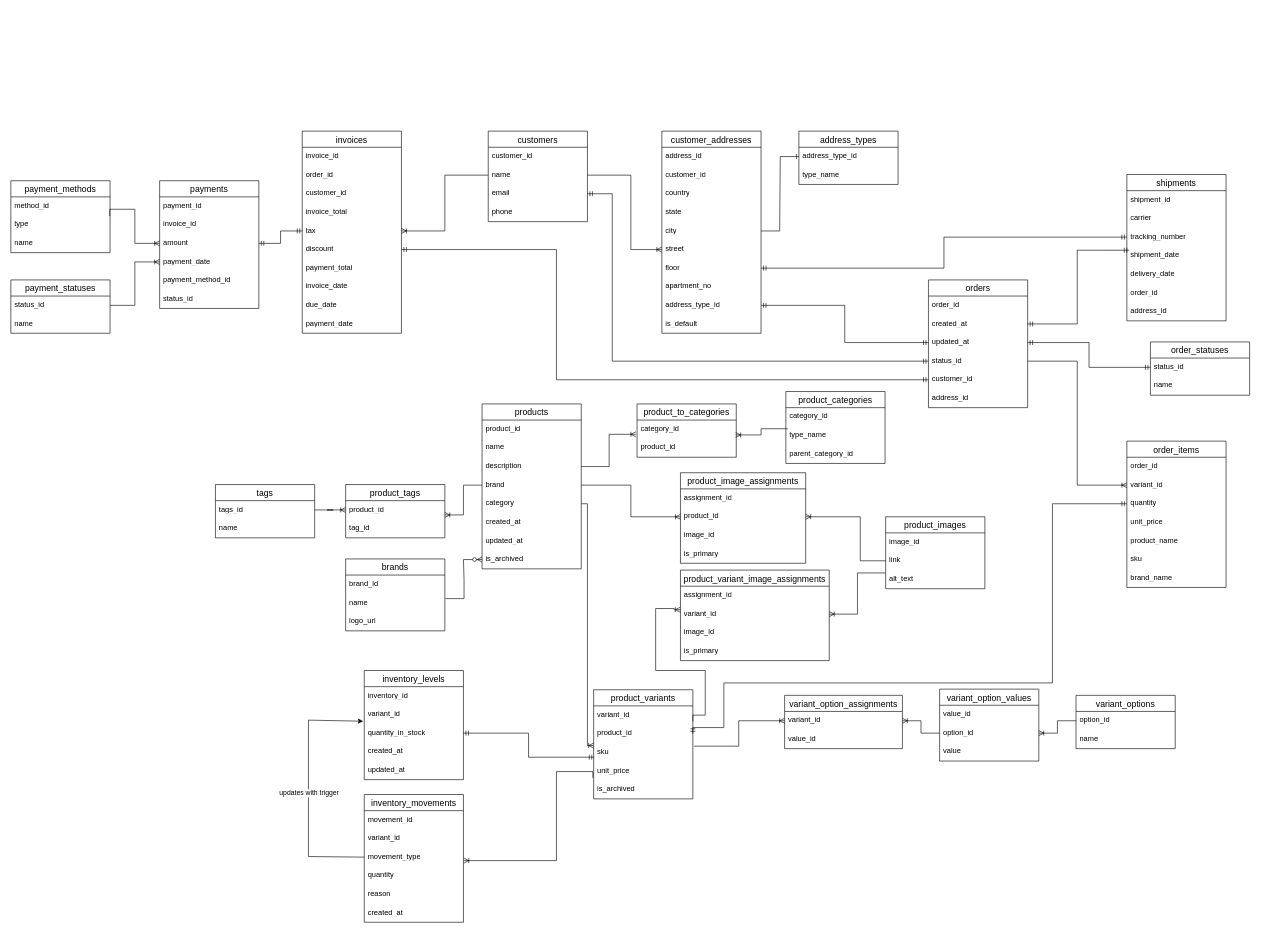
venelinpetrov/db-my-store keeps this draw.io diagram as diagrams/my-store-db.drawio. Above is the earlier version. Source tidied: cells renumbered, new cells numbered last; positions are measured from the earlier drawing's top-left corner, leaving out a move shared by most shapes. Both pictures are drawn from the tidied source at 62%, with x=0, y=0 at pixel (11, 131).
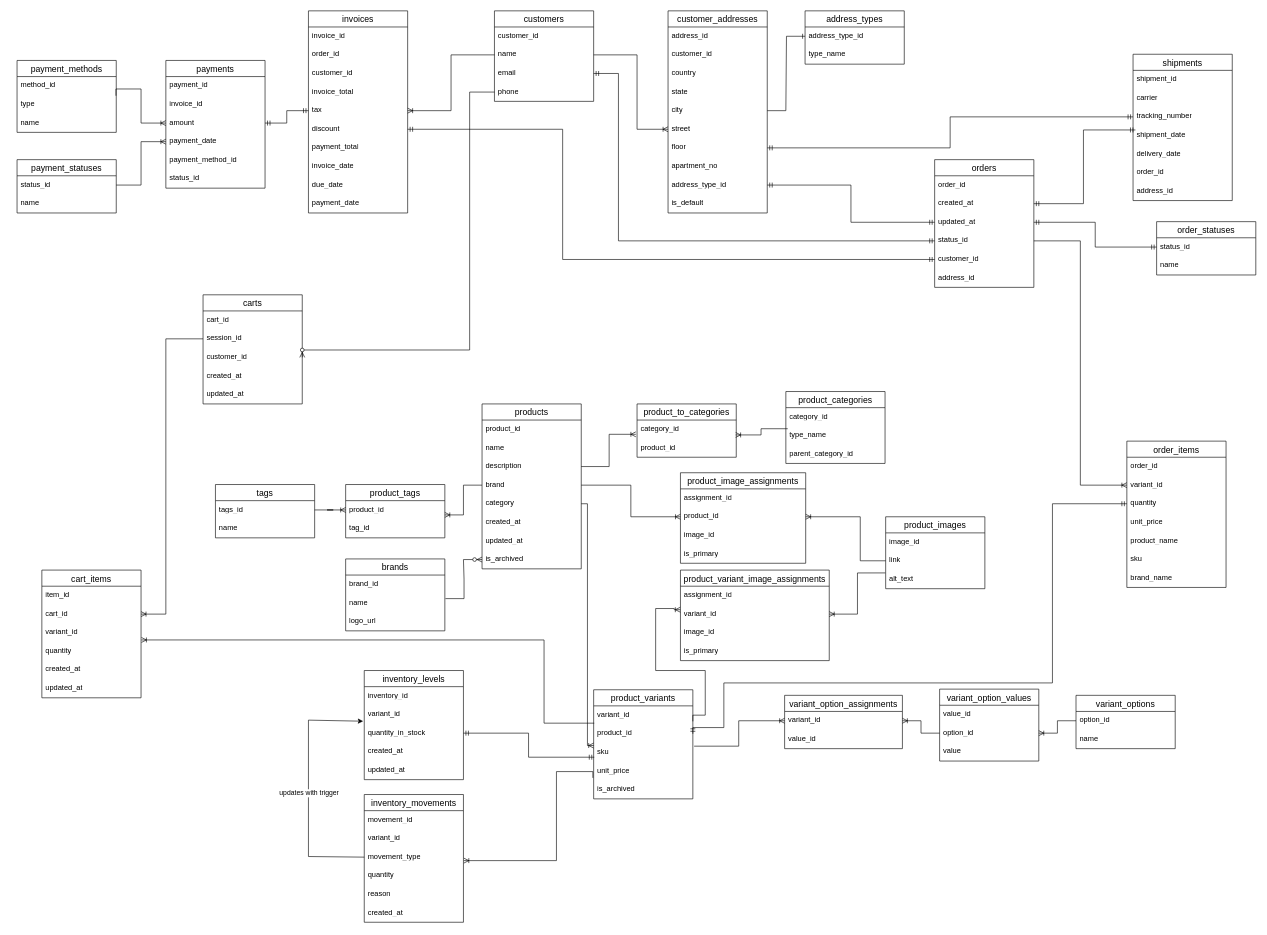
After the change.

Commit message (it also covers changes not shown here):
Update diagrams. Update notes

Unchanged cells that the change refers to:
```xml
<mxCell id="4" value="name" style="text;strokeColor=none;fillColor=none;spacingLeft=4;spacingRight=4;overflow=hidden;points=[[0,0.5],[1,0.5]];portConstraint=eastwest;fontSize=12;whiteSpace=wrap;html=1;" parent="2" vertex="1">
  <mxGeometry y="56" width="160" height="30" as="geometry" />
</mxCell>
<mxCell id="5" value="email" style="text;strokeColor=none;fillColor=none;spacingLeft=4;spacingRight=4;overflow=hidden;points=[[0,0.5],[1,0.5]];portConstraint=eastwest;fontSize=12;whiteSpace=wrap;html=1;" parent="2" vertex="1">
  <mxGeometry y="86" width="160" height="30" as="geometry" />
</mxCell>
<mxCell id="6" value="phone" style="text;strokeColor=none;fillColor=none;spacingLeft=4;spacingRight=4;overflow=hidden;points=[[0,0.5],[1,0.5]];portConstraint=eastwest;fontSize=12;whiteSpace=wrap;html=1;" parent="2" vertex="1">
  <mxGeometry y="116" width="160" height="30" as="geometry" />
</mxCell>
<mxCell id="13" value="street" style="text;strokeColor=none;fillColor=none;spacingLeft=4;spacingRight=4;overflow=hidden;points=[[0,0.5],[1,0.5]];portConstraint=eastwest;fontSize=12;whiteSpace=wrap;html=1;" parent="7" vertex="1">
  <mxGeometry y="176" width="160" height="30" as="geometry" />
</mxCell>
<mxCell id="41" value="variant_id" style="text;strokeColor=none;fillColor=none;spacingLeft=4;spacingRight=4;overflow=hidden;points=[[0,0.5],[1,0.5]];portConstraint=eastwest;fontSize=12;whiteSpace=wrap;html=1;" parent="40" vertex="1">
  <mxGeometry y="26" width="160" height="30" as="geometry" />
</mxCell>
<mxCell id="73" value="status_id" style="text;strokeColor=none;fillColor=none;spacingLeft=4;spacingRight=4;overflow=hidden;points=[[0,0.5],[1,0.5]];portConstraint=eastwest;fontSize=12;whiteSpace=wrap;html=1;" parent="69" vertex="1">
  <mxGeometry y="116" width="160" height="30" as="geometry" />
</mxCell>
<mxCell id="74" value="customer_id" style="text;strokeColor=none;fillColor=none;spacingLeft=4;spacingRight=4;overflow=hidden;points=[[0,0.5],[1,0.5]];portConstraint=eastwest;fontSize=12;whiteSpace=wrap;html=1;" parent="69" vertex="1">
  <mxGeometry y="146" width="160" height="30" as="geometry" />
</mxCell>
<mxCell id="118" value="discount" style="text;strokeColor=none;fillColor=none;spacingLeft=4;spacingRight=4;overflow=hidden;points=[[0,0.5],[1,0.5]];portConstraint=eastwest;fontSize=12;whiteSpace=wrap;html=1;" parent="112" vertex="1">
  <mxGeometry y="176" width="160" height="30" as="geometry" />
</mxCell>
```

Change to the diagram source:
```diff
@@
     <mxCell id="2" value="customers" style="swimlane;fontStyle=0;horizontal=1;startSize=26;align=center;fontSize=14;" parent="1" vertex="1">
-      <mxGeometry x="770" width="160" height="146" as="geometry" />
+      <mxGeometry x="780" y="-194" width="160" height="146" as="geometry" />
     </mxCell>
@@
     <mxCell id="7" value="customer_addresses" style="swimlane;fontStyle=0;horizontal=1;startSize=26;align=center;fontSize=14;" parent="1" vertex="1">
-      <mxGeometry x="1050" width="160" height="326" as="geometry" />
+      <mxGeometry x="1060" y="-194" width="160" height="326" as="geometry" />
     </mxCell>
@@
     <mxCell id="18" style="edgeStyle=orthogonalEdgeStyle;fontSize=12;html=1;endArrow=ERoneToMany;rounded=0;exitX=1;exitY=0.5;exitDx=0;exitDy=0;entryX=0;entryY=0.5;entryDx=0;entryDy=0;" parent="1" edge="1" source="4" target="13">
       <mxGeometry relative="1" as="geometry">
         <Array as="points">
-          <mxPoint x="1000" y="71" />
-          <mxPoint x="1000" y="191" />
+          <mxPoint x="1010" y="-123" />
+          <mxPoint x="1010" y="-3" />
         </Array>
       </mxGeometry>
     </mxCell>
     <mxCell id="19" value="address_types" style="swimlane;fontStyle=0;horizontal=1;startSize=26;align=center;fontSize=14;" parent="1" vertex="1">
-      <mxGeometry x="1271" width="160" height="86" as="geometry" />
+      <mxGeometry x="1281" y="-194" width="160" height="86" as="geometry" />
     </mxCell>
@@
     <mxCell id="66" value="order_statuses" style="swimlane;fontStyle=0;horizontal=1;startSize=26;align=center;fontSize=14;" parent="1" vertex="1">
-      <mxGeometry x="1838" y="340" width="160" height="86" as="geometry" />
+      <mxGeometry x="1848" y="146" width="160" height="86" as="geometry" />
     </mxCell>
@@
     <mxCell id="69" value="orders" style="swimlane;fontStyle=0;horizontal=1;startSize=26;align=center;fontSize=14;" parent="1" vertex="1">
-      <mxGeometry x="1480" y="240" width="160" height="206" as="geometry" />
+      <mxGeometry x="1490" y="46" width="160" height="206" as="geometry" />
     </mxCell>
@@
     <mxCell id="88" value="shipments" style="swimlane;fontStyle=0;horizontal=1;startSize=26;align=center;fontSize=14;" parent="1" vertex="1">
-      <mxGeometry x="1800" y="70" width="160" height="236" as="geometry" />
+      <mxGeometry x="1810" y="-124" width="160" height="236" as="geometry" />
     </mxCell>
@@
     <mxCell id="98" style="edgeStyle=orthogonalEdgeStyle;fontSize=12;html=1;endArrow=ERmandOne;startArrow=ERmandOne;rounded=0;exitX=1;exitY=0.5;exitDx=0;exitDy=0;entryX=0;entryY=0.5;entryDx=0;entryDy=0;" parent="1" edge="1" source="5" target="73">
       <mxGeometry relative="1" as="geometry">
         <Array as="points">
-          <mxPoint x="970" y="101" />
-          <mxPoint x="970" y="371" />
+          <mxPoint x="980" y="-93" />
+          <mxPoint x="980" y="177" />
         </Array>
       </mxGeometry>
     </mxCell>
@@
     <mxCell id="112" value="invoices" style="swimlane;fontStyle=0;horizontal=1;startSize=26;align=center;fontSize=14;" parent="1" vertex="1">
-      <mxGeometry x="470" width="160" height="326" as="geometry" />
+      <mxGeometry x="480" y="-194" width="160" height="326" as="geometry" />
     </mxCell>
@@
     <mxCell id="124" style="edgeStyle=orthogonalEdgeStyle;fontSize=12;html=1;endArrow=ERmandOne;startArrow=ERmandOne;rounded=0;entryX=0;entryY=0.5;entryDx=0;entryDy=0;exitX=1;exitY=0.5;exitDx=0;exitDy=0;" parent="1" edge="1" source="118" target="74">
       <mxGeometry relative="1" as="geometry">
         <Array as="points">
-          <mxPoint x="880" y="191" />
-          <mxPoint x="880" y="401" />
+          <mxPoint x="890" y="-3" />
+          <mxPoint x="890" y="207" />
         </Array>
       </mxGeometry>
     </mxCell>
     <mxCell id="125" value="payments" style="swimlane;fontStyle=0;horizontal=1;startSize=26;align=center;fontSize=14;" parent="1" vertex="1">
-      <mxGeometry x="240" y="80" width="160" height="206" as="geometry" />
+      <mxGeometry x="250" y="-114" width="160" height="206" as="geometry" />
     </mxCell>
@@
     <mxCell id="132" value="payment_statuses" style="swimlane;fontStyle=0;horizontal=1;startSize=26;align=center;fontSize=14;" parent="1" vertex="1">
-      <mxGeometry y="240" width="160" height="86" as="geometry" />
+      <mxGeometry x="10" y="46" width="160" height="86" as="geometry" />
     </mxCell>
@@
     <mxCell id="135" value="payment_methods" style="swimlane;fontStyle=0;horizontal=1;startSize=26;align=center;fontSize=14;" parent="1" vertex="1">
-      <mxGeometry y="80" width="160" height="116" as="geometry" />
+      <mxGeometry x="10" y="-114" width="160" height="116" as="geometry" />
     </mxCell>
@@
+    <mxCell id="172" value="carts" style="swimlane;fontStyle=0;horizontal=1;startSize=26;align=center;fontSize=14;" parent="1" vertex="1">
+      <mxGeometry x="310" y="264" width="160" height="176" as="geometry" />
+    </mxCell>
+    <mxCell id="173" value="cart_id" style="text;strokeColor=none;fillColor=none;spacingLeft=4;spacingRight=4;overflow=hidden;fontSize=12;whiteSpace=wrap;html=1;" parent="172" vertex="1">
+      <mxGeometry y="26" width="160" height="30" as="geometry" />
+    </mxCell>
+    <mxCell id="174" value="session_id" style="text;strokeColor=none;fillColor=none;spacingLeft=4;spacingRight=4;overflow=hidden;points=[[0,0.5],[1,0.5]];portConstraint=eastwest;fontSize=12;whiteSpace=wrap;html=1;" parent="172" vertex="1">
+      <mxGeometry y="56" width="160" height="30" as="geometry" />
+    </mxCell>
+    <mxCell id="175" value="customer_id" style="text;strokeColor=none;fillColor=none;spacingLeft=4;spacingRight=4;overflow=hidden;points=[[0,0.5],[1,0.5]];portConstraint=eastwest;fontSize=12;whiteSpace=wrap;html=1;" parent="172" vertex="1">
+      <mxGeometry y="86" width="160" height="30" as="geometry" />
+    </mxCell>
+    <mxCell id="176" value="created_at" style="text;strokeColor=none;fillColor=none;spacingLeft=4;spacingRight=4;overflow=hidden;fontSize=12;whiteSpace=wrap;html=1;" parent="172" vertex="1">
+      <mxGeometry y="116" width="160" height="30" as="geometry" />
+    </mxCell>
+    <mxCell id="177" value="updated_at" style="text;strokeColor=none;fillColor=none;spacingLeft=4;spacingRight=4;overflow=hidden;fontSize=12;whiteSpace=wrap;html=1;" parent="172" vertex="1">
+      <mxGeometry y="146" width="160" height="30" as="geometry" />
+    </mxCell>
+    <mxCell id="178" style="edgeStyle=orthogonalEdgeStyle;fontSize=12;html=1;endArrow=ERzeroToMany;endFill=1;rounded=0;exitX=0;exitY=0.5;exitDx=0;exitDy=0;entryX=1;entryY=0.5;entryDx=0;entryDy=0;" parent="1" edge="1" source="6" target="175">
+      <mxGeometry relative="1" as="geometry">
+        <Array as="points">
+          <mxPoint x="740" y="-63" />
+          <mxPoint x="740" y="353" />
+        </Array>
+      </mxGeometry>
+    </mxCell>
+    <mxCell id="179" value="cart_items" style="swimlane;fontStyle=0;horizontal=1;startSize=26;align=center;fontSize=14;" parent="1" vertex="1">
+      <mxGeometry x="50" y="708" width="160" height="206" as="geometry" />
+    </mxCell>
+    <mxCell id="180" value="item_id" style="text;strokeColor=none;fillColor=none;spacingLeft=4;spacingRight=4;overflow=hidden;fontSize=12;whiteSpace=wrap;html=1;" parent="179" vertex="1">
+      <mxGeometry y="26" width="160" height="30" as="geometry" />
+    </mxCell>
+    <mxCell id="181" value="cart_id" style="text;strokeColor=none;fillColor=none;spacingLeft=4;spacingRight=4;overflow=hidden;points=[[0,0.5],[1,0.5]];portConstraint=eastwest;fontSize=12;whiteSpace=wrap;html=1;" parent="179" vertex="1">
+      <mxGeometry y="56" width="160" height="30" as="geometry" />
+    </mxCell>
+    <mxCell id="182" value="variant_id" style="text;strokeColor=none;fillColor=none;spacingLeft=4;spacingRight=4;overflow=hidden;points=[[0,0.5],[1,0.5]];portConstraint=eastwest;fontSize=12;whiteSpace=wrap;html=1;" parent="179" vertex="1">
+      <mxGeometry y="86" width="160" height="30" as="geometry" />
+    </mxCell>
+    <mxCell id="183" value="quantity" style="text;strokeColor=none;fillColor=none;spacingLeft=4;spacingRight=4;overflow=hidden;fontSize=12;whiteSpace=wrap;html=1;" parent="179" vertex="1">
+      <mxGeometry y="116" width="160" height="30" as="geometry" />
+    </mxCell>
+    <mxCell id="184" value="created_at" style="text;strokeColor=none;fillColor=none;spacingLeft=4;spacingRight=4;overflow=hidden;fontSize=12;whiteSpace=wrap;html=1;" parent="179" vertex="1">
+      <mxGeometry y="146" width="160" height="30" as="geometry" />
+    </mxCell>
+    <mxCell id="185" value="updated_at" style="text;strokeColor=none;fillColor=none;spacingLeft=4;spacingRight=4;overflow=hidden;fontSize=12;whiteSpace=wrap;html=1;" parent="179" vertex="1">
+      <mxGeometry y="176" width="160" height="30" as="geometry" />
+    </mxCell>
+    <mxCell id="186" style="edgeStyle=orthogonalEdgeStyle;fontSize=12;html=1;endArrow=ERoneToMany;rounded=0;entryX=1.004;entryY=0.889;entryDx=0;entryDy=0;entryPerimeter=0;exitX=0.006;exitY=0.93;exitDx=0;exitDy=0;exitPerimeter=0;" parent="1" edge="1" source="41" target="182">
+      <mxGeometry relative="1" as="geometry">
+        <Array as="points">
+          <mxPoint x="860" y="955" />
+          <mxPoint x="860" y="821" />
+        </Array>
+      </mxGeometry>
+    </mxCell>
+    <mxCell id="187" style="edgeStyle=orthogonalEdgeStyle;fontSize=12;html=1;endArrow=ERoneToMany;rounded=0;exitX=0;exitY=0.5;exitDx=0;exitDy=0;entryX=1;entryY=0.5;entryDx=0;entryDy=0;" parent="1" edge="1" source="174" target="181">
+      <mxGeometry relative="1" as="geometry">
+        <Array as="points">
+          <mxPoint x="250" y="335" />
+          <mxPoint x="250" y="779" />
+        </Array>
+      </mxGeometry>
+    </mxCell>
```
